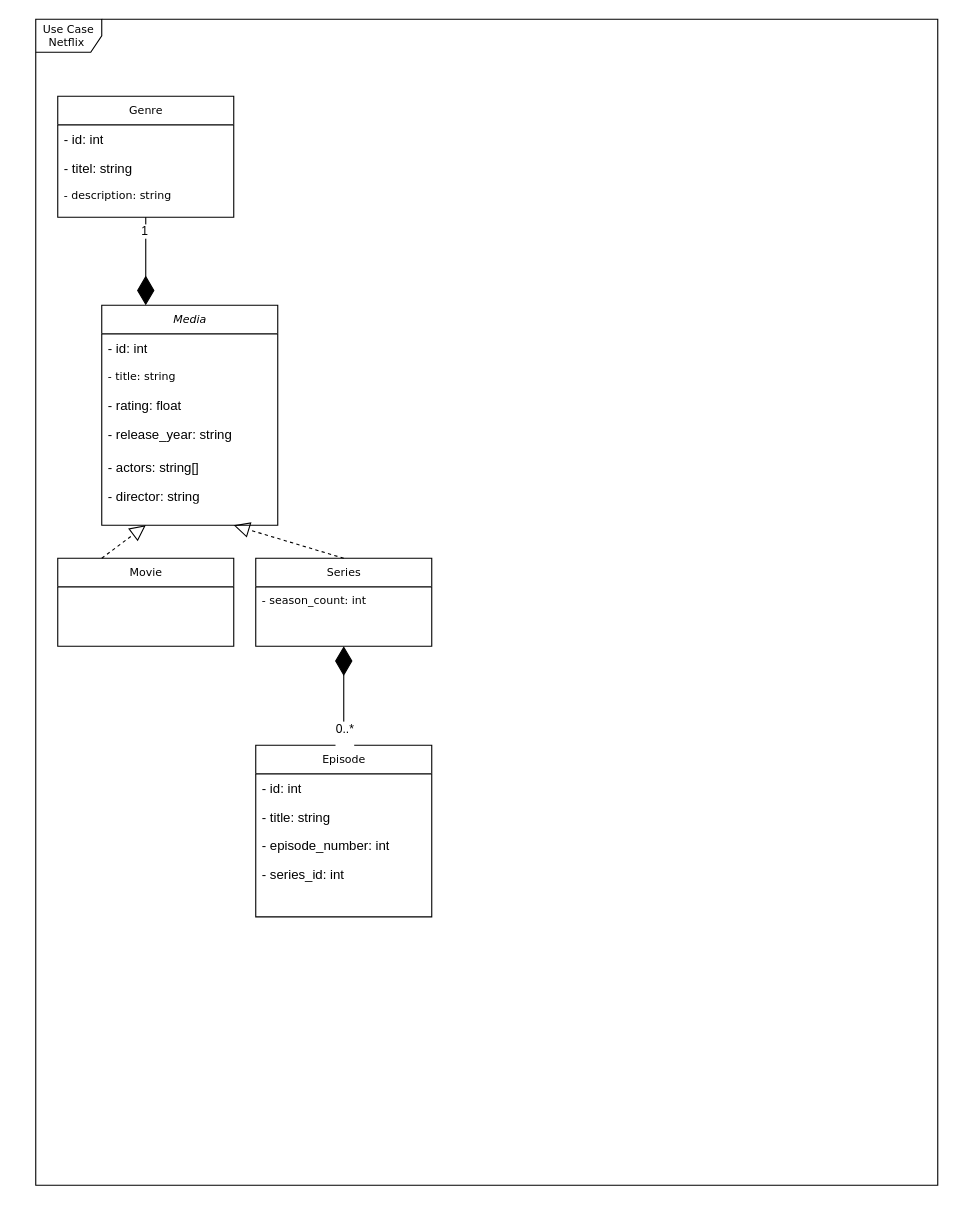
KevinGarrison/DataEngineeringProjects keeps this draw.io diagram as draw_io/uml_data_eng_project_1.drawio. Above is the earlier version. Source tidied: cells renumbered, new cells numbered last; positions are measured from the earlier drawing's top-left corner, leaving out a move shared by most shapes. Both pictures are drawn from the tidied source at 110%, with x=0, y=0 at pixel (35, 19).
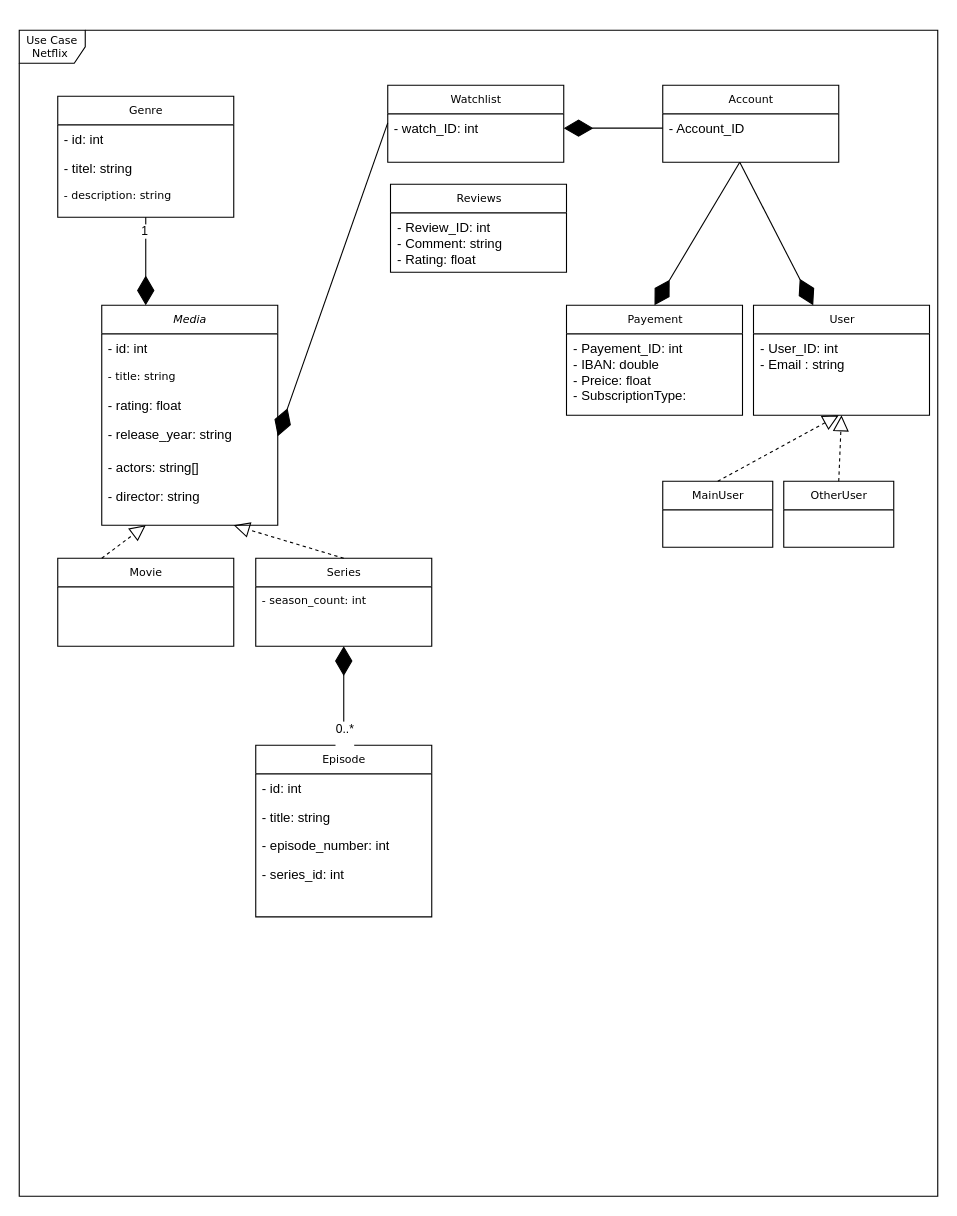
Above is the later version.

Commit message:
Watchlist, Account, Payement, User ( MainUser,OtherUser), Reviews

Unchanged cells that the change refers to:
```xml
<mxCell id="19" value="- release_year: string" style="text;html=1;strokeColor=none;fillColor=none;align=left;verticalAlign=top;spacingLeft=4;spacingRight=4;whiteSpace=wrap;overflow=hidden;points=[[0,0.5],[1,0.5]];portConstraint=eastwest;" parent="15" vertex="1">
  <mxGeometry y="104" width="160" height="30" as="geometry" />
</mxCell>
```

Diff of the diagram source:
```diff
@@
     <mxCell id="2" value="Use Case Netflix&amp;nbsp;" style="shape=umlFrame;whiteSpace=wrap;html=1;rounded=0;shadow=0;comic=0;labelBackgroundColor=none;strokeWidth=1;fontFamily=Verdana;fontSize=10;align=center;" parent="1" vertex="1">
-      <mxGeometry width="820" height="1060" as="geometry" />
+      <mxGeometry x="-15" y="10" width="835" height="1060" as="geometry" />
     </mxCell>
@@
+    <mxCell id="28" value="Watchlist" style="swimlane;html=1;fontStyle=0;horizontal=1;startSize=26;fillColor=none;swimlaneFillColor=#ffffff;rounded=0;shadow=0;comic=0;labelBackgroundColor=none;strokeWidth=1;fontFamily=Verdana;fontSize=10;align=center;" parent="1" vertex="1">
+      <mxGeometry x="320" y="60" width="160" height="70" as="geometry" />
+    </mxCell>
+    <mxCell id="29" value="- watch_ID: int" style="text;html=1;strokeColor=none;fillColor=none;align=left;verticalAlign=top;spacingLeft=4;spacingRight=4;whiteSpace=wrap;overflow=hidden;points=[[0,0.5],[1,0.5]];portConstraint=eastwest;" parent="28" vertex="1">
+      <mxGeometry y="26" width="160" height="26" as="geometry" />
+    </mxCell>
+    <mxCell id="30" value="Account" style="swimlane;html=1;fontStyle=0;horizontal=1;startSize=26;fillColor=none;swimlaneFillColor=#ffffff;rounded=0;shadow=0;comic=0;labelBackgroundColor=none;strokeWidth=1;fontFamily=Verdana;fontSize=10;align=center;" parent="1" vertex="1">
+      <mxGeometry x="570" y="60" width="160" height="70" as="geometry" />
+    </mxCell>
+    <mxCell id="31" value="- Account_ID" style="text;html=1;strokeColor=none;fillColor=none;align=left;verticalAlign=top;spacingLeft=4;spacingRight=4;whiteSpace=wrap;overflow=hidden;points=[[0,0.5],[1,0.5]];portConstraint=eastwest;" parent="30" vertex="1">
+      <mxGeometry y="26" width="160" height="26" as="geometry" />
+    </mxCell>
+    <mxCell id="32" value="Payement" style="swimlane;html=1;fontStyle=0;horizontal=1;startSize=26;fillColor=none;swimlaneFillColor=#ffffff;rounded=0;shadow=0;comic=0;labelBackgroundColor=none;strokeWidth=1;fontFamily=Verdana;fontSize=10;align=center;" parent="1" vertex="1">
+      <mxGeometry x="482.5" y="260" width="160" height="100" as="geometry" />
+    </mxCell>
+    <mxCell id="33" value="- Payement_ID: int&lt;div&gt;- IBAN: double&lt;/div&gt;&lt;div&gt;- Preice: float&amp;nbsp;&lt;/div&gt;&lt;div&gt;- SubscriptionType:&amp;nbsp;&lt;/div&gt;" style="text;html=1;strokeColor=none;fillColor=none;align=left;verticalAlign=top;spacingLeft=4;spacingRight=4;whiteSpace=wrap;overflow=hidden;" parent="32" vertex="1">
+      <mxGeometry y="26" width="160" height="64" as="geometry" />
+    </mxCell>
+    <mxCell id="34" value="User" style="swimlane;html=1;fontStyle=0;horizontal=1;startSize=26;fillColor=none;swimlaneFillColor=#ffffff;rounded=0;shadow=0;comic=0;labelBackgroundColor=none;strokeWidth=1;fontFamily=Verdana;fontSize=10;align=center;" parent="1" vertex="1">
+      <mxGeometry x="652.5" y="260" width="160" height="100" as="geometry" />
+    </mxCell>
+    <mxCell id="35" value="- User_ID: int&lt;div&gt;- Email : string&lt;/div&gt;" style="text;html=1;strokeColor=none;fillColor=none;align=left;verticalAlign=top;spacingLeft=4;spacingRight=4;whiteSpace=wrap;overflow=hidden;" parent="34" vertex="1">
+      <mxGeometry y="26" width="160" height="64" as="geometry" />
+    </mxCell>
+    <mxCell id="36" style="endArrow=diamondThin;endFill=1;endSize=24;html=1;rounded=0;entryX=1;entryY=0.5;entryDx=0;entryDy=0;exitX=0;exitY=0.5;exitDx=0;exitDy=0;targetPerimeterSpacing=0;" parent="1" edge="1" source="31" target="29">
+      <mxGeometry relative="1" as="geometry" />
+    </mxCell>
+    <mxCell id="37" style="endArrow=diamondThin;endFill=1;endSize=24;html=1;rounded=0;entryX=0.5;entryY=0;entryDx=0;entryDy=0;targetPerimeterSpacing=0;" parent="1" edge="1" target="32">
+      <mxGeometry relative="1" as="geometry">
+        <mxPoint x="640" y="130" as="sourcePoint" />
+      </mxGeometry>
+    </mxCell>
+    <mxCell id="38" style="endArrow=diamondThin;endFill=1;endSize=24;html=1;rounded=0;targetPerimeterSpacing=0;" parent="1" edge="1" target="34">
+      <mxGeometry relative="1" as="geometry">
+        <mxPoint x="640" y="130" as="sourcePoint" />
+      </mxGeometry>
+    </mxCell>
+    <mxCell id="39" value="MainUser" style="swimlane;html=1;fontStyle=0;horizontal=1;startSize=26;fillColor=none;swimlaneFillColor=#ffffff;rounded=0;shadow=0;comic=0;labelBackgroundColor=none;strokeWidth=1;fontFamily=Verdana;fontSize=10;align=center;" parent="1" vertex="1">
+      <mxGeometry x="570" y="420" width="100" height="60" as="geometry" />
+    </mxCell>
+    <mxCell id="40" style="endArrow=block;dashed=1;endFill=0;endSize=12;html=1;rounded=0;exitX=0.5;exitY=0;exitDx=0;exitDy=0;" parent="1" edge="1" source="39">
+      <mxGeometry relative="1" as="geometry">
+        <mxPoint x="730" y="360" as="targetPoint" />
+      </mxGeometry>
+    </mxCell>
+    <mxCell id="41" style="endArrow=block;dashed=1;endFill=0;endSize=12;html=1;rounded=0;exitX=0.5;exitY=0;exitDx=0;exitDy=0;entryX=0.5;entryY=1;entryDx=0;entryDy=0;" parent="1" edge="1" source="42" target="34">
+      <mxGeometry relative="1" as="geometry" />
+    </mxCell>
+    <mxCell id="42" value="OtherUser" style="swimlane;html=1;fontStyle=0;horizontal=1;startSize=26;fillColor=none;swimlaneFillColor=#ffffff;rounded=0;shadow=0;comic=0;labelBackgroundColor=none;strokeWidth=1;fontFamily=Verdana;fontSize=10;align=center;" parent="1" vertex="1">
+      <mxGeometry x="680" y="420" width="100" height="60" as="geometry" />
+    </mxCell>
+    <mxCell id="43" style="endArrow=diamondThin;endFill=1;endSize=24;html=1;rounded=0;entryX=1;entryY=0.5;entryDx=0;entryDy=0;exitX=0;exitY=0.5;exitDx=0;exitDy=0;targetPerimeterSpacing=0;" parent="1" edge="1" target="19">
+      <mxGeometry relative="1" as="geometry">
+        <mxPoint x="320" y="94.2" as="sourcePoint" />
+      </mxGeometry>
+    </mxCell>
+    <mxCell id="44" value="Reviews" style="swimlane;html=1;fontStyle=0;horizontal=1;startSize=26;fillColor=none;swimlaneFillColor=#ffffff;rounded=0;shadow=0;comic=0;labelBackgroundColor=none;strokeWidth=1;fontFamily=Verdana;fontSize=10;align=center;" parent="1" vertex="1">
+      <mxGeometry x="322.5" y="150" width="160" height="80" as="geometry" />
+    </mxCell>
+    <mxCell id="45" value="- Review_ID: int&lt;div&gt;- Comment: string&lt;/div&gt;&lt;div&gt;- Rating: float&lt;/div&gt;" style="text;html=1;strokeColor=none;fillColor=none;align=left;verticalAlign=top;spacingLeft=4;spacingRight=4;whiteSpace=wrap;overflow=hidden;" parent="44" vertex="1">
+      <mxGeometry y="26" width="160" height="54" as="geometry" />
+    </mxCell>
```
